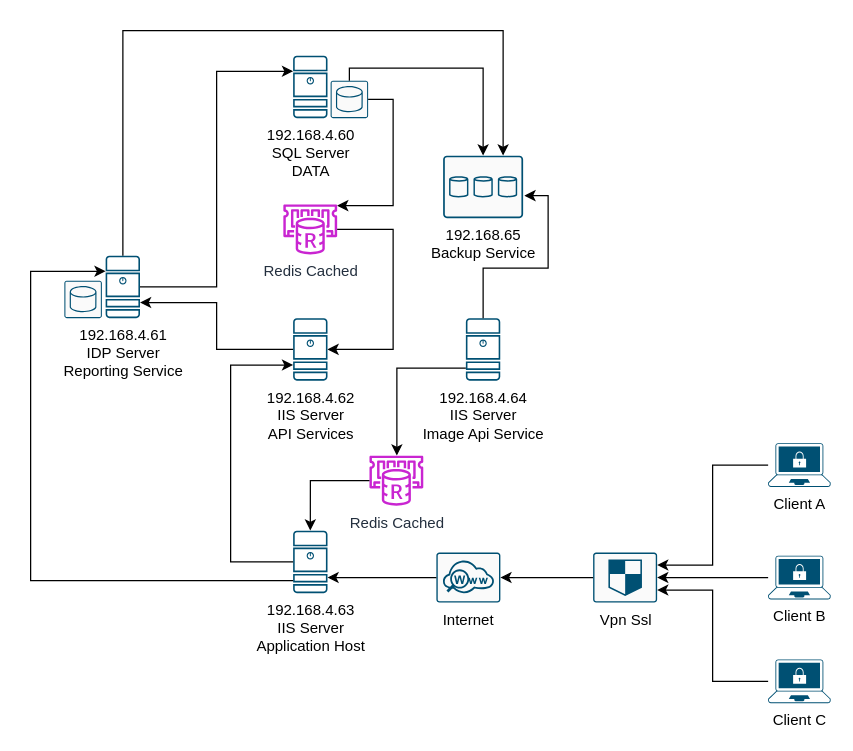
This is Untitled Diagram.drawio from osvcarign/charts, a draw.io file, before an edit. Source tidied: cells renumbered, new cells numbered last; positions are measured from the earlier drawing's top-left corner, leaving out a move shared by most shapes. Both pictures are drawn from the tidied source at 125%, with x=0, y=0 at pixel (30, 30).
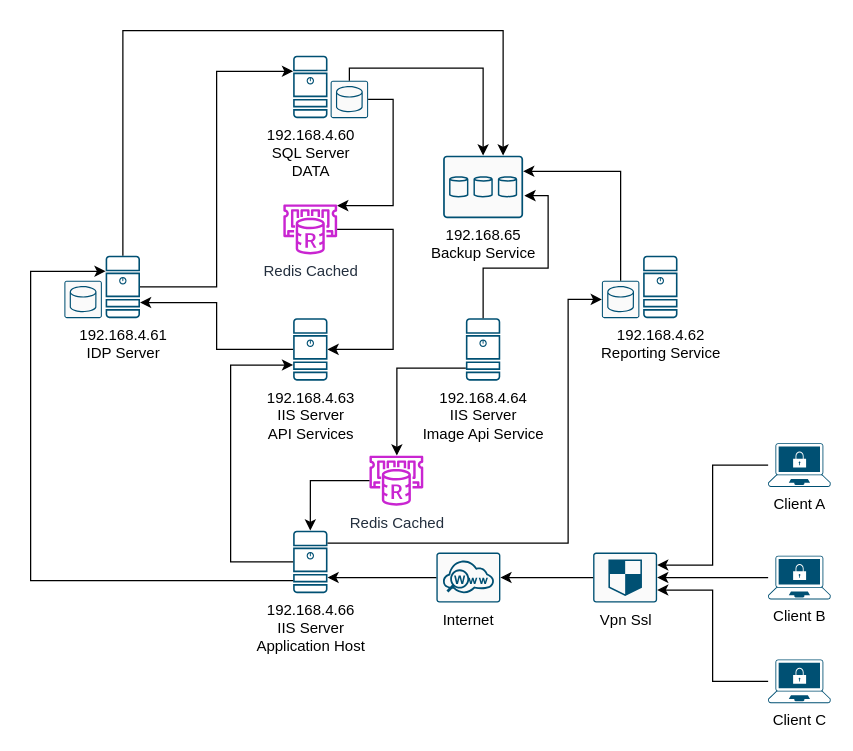
The same diagram, later.

Commit message:
IdP Server, Reporting Service

The change refers to these unchanged cells:
```xml
<mxCell id="6" style="group;" parent="1" vertex="1">
  <mxGeometry x="30" y="180" width="57.5" height="50" as="geometry" />
</mxCell>
<mxCell id="14" value="&lt;div&gt;192.168.65&lt;br&gt;&lt;/div&gt;&lt;div&gt;Backup Service&lt;/div&gt;" style="sketch=0;points=[[0.015,0.015,0],[0.985,0.015,0],[0.985,0.985,0],[0.015,0.985,0],[0.25,0,0],[0.5,0,0],[0.75,0,0],[1,0.25,0],[1,0.5,0],[1,0.75,0],[0.75,1,0],[0.5,1,0],[0.25,1,0],[0,0.75,0],[0,0.5,0],[0,0.25,0]];verticalLabelPosition=bottom;html=1;verticalAlign=top;align=center;shape=mxgraph.cisco19.rect;prIcon=storage;fillColor=#FAFAFA;strokeColor=#005073;" parent="1" vertex="1">
  <mxGeometry x="330" y="100" width="64" height="50" as="geometry" />
</mxCell>
```

The edit, as a diff of the source:
```diff
@@
-    <mxCell id="7" value="192.168.4.61&lt;br&gt;&lt;div&gt;IDP Server&lt;/div&gt;&lt;div&gt;Reporting Service&lt;br&gt;&lt;/div&gt;" style="sketch=0;points=[[0.015,0.015,0],[0.985,0.015,0],[0.985,0.985,0],[0.015,0.985,0],[0.25,0,0],[0.5,0,0],[0.75,0,0],[1,0.25,0],[1,0.5,0],[1,0.75,0],[0.75,1,0],[0.5,1,0],[0.25,1,0],[0,0.75,0],[0,0.5,0],[0,0.25,0]];verticalLabelPosition=bottom;html=1;verticalAlign=top;align=center;shape=mxgraph.cisco19.server;fillColor=#005073;strokeColor=none;" parent="6" vertex="1">
+    <mxCell id="7" value="192.168.4.61&lt;br&gt;&lt;div&gt;IDP Server&lt;/div&gt;" style="sketch=0;points=[[0.015,0.015,0],[0.985,0.015,0],[0.985,0.985,0],[0.015,0.985,0],[0.25,0,0],[0.5,0,0],[0.75,0,0],[1,0.25,0],[1,0.5,0],[1,0.75,0],[0.75,1,0],[0.5,1,0],[0.25,1,0],[0,0.75,0],[0,0.5,0],[0,0.25,0]];verticalLabelPosition=bottom;html=1;verticalAlign=top;align=center;shape=mxgraph.cisco19.server;fillColor=#005073;strokeColor=none;" parent="6" vertex="1">
       <mxGeometry x="30" width="27.5" height="50" as="geometry" />
     </mxCell>
@@
-    <mxCell id="9" value="192.168.4.62&lt;br&gt;&lt;div&gt;IIS Server&lt;br&gt;&lt;/div&gt;&lt;div&gt;API Services&lt;/div&gt;" style="sketch=0;points=[[0.015,0.015,0],[0.985,0.015,0],[0.985,0.985,0],[0.015,0.985,0],[0.25,0,0],[0.5,0,0],[0.75,0,0],[1,0.25,0],[1,0.5,0],[1,0.75,0],[0.75,1,0],[0.5,1,0],[0.25,1,0],[0,0.75,0],[0,0.5,0],[0,0.25,0]];verticalLabelPosition=bottom;html=1;verticalAlign=top;align=center;shape=mxgraph.cisco19.server;fillColor=#005073;strokeColor=none;" parent="1" vertex="1">
+    <mxCell id="9" value="192.168.4.63&lt;br&gt;&lt;div&gt;IIS Server&lt;br&gt;&lt;/div&gt;&lt;div&gt;API Services&lt;/div&gt;" style="sketch=0;points=[[0.015,0.015,0],[0.985,0.015,0],[0.985,0.985,0],[0.015,0.985,0],[0.25,0,0],[0.5,0,0],[0.75,0,0],[1,0.25,0],[1,0.5,0],[1,0.75,0],[0.75,1,0],[0.5,1,0],[0.25,1,0],[0,0.75,0],[0,0.5,0],[0,0.25,0]];verticalLabelPosition=bottom;html=1;verticalAlign=top;align=center;shape=mxgraph.cisco19.server;fillColor=#005073;strokeColor=none;" parent="1" vertex="1">
       <mxGeometry x="210" y="230" width="27.5" height="50" as="geometry" />
     </mxCell>
@@
-    <mxCell id="11" value="192.168.4.63&lt;br&gt;&lt;div&gt;IIS Server&lt;br&gt;&lt;/div&gt;&lt;div&gt;Application Host&lt;/div&gt;" style="sketch=0;points=[[0.015,0.015,0],[0.985,0.015,0],[0.985,0.985,0],[0.015,0.985,0],[0.25,0,0],[0.5,0,0],[0.75,0,0],[1,0.25,0],[1,0.5,0],[1,0.75,0],[0.75,1,0],[0.5,1,0],[0.25,1,0],[0,0.75,0],[0,0.5,0],[0,0.25,0]];verticalLabelPosition=bottom;html=1;verticalAlign=top;align=center;shape=mxgraph.cisco19.server;fillColor=#005073;strokeColor=none;" parent="1" vertex="1">
+    <mxCell id="11" value="192.168.4.66&lt;br&gt;&lt;div&gt;IIS Server&lt;br&gt;&lt;/div&gt;&lt;div&gt;Application Host&lt;/div&gt;" style="sketch=0;points=[[0.015,0.015,0],[0.985,0.015,0],[0.985,0.985,0],[0.015,0.985,0],[0.25,0,0],[0.5,0,0],[0.75,0,0],[1,0.25,0],[1,0.5,0],[1,0.75,0],[0.75,1,0],[0.5,1,0],[0.25,1,0],[0,0.75,0],[0,0.5,0],[0,0.25,0]];verticalLabelPosition=bottom;html=1;verticalAlign=top;align=center;shape=mxgraph.cisco19.server;fillColor=#005073;strokeColor=none;" parent="1" vertex="1">
       <mxGeometry x="210" y="400" width="27.5" height="50" as="geometry" />
     </mxCell>
@@
+    <mxCell id="35" style="group;" parent="1" vertex="1">
+      <mxGeometry x="460" y="180" width="57.5" height="50" as="geometry" />
+    </mxCell>
+    <mxCell id="36" value="192.168.4.62&lt;div&gt;Reporting Service&lt;br&gt;&lt;/div&gt;" style="sketch=0;verticalLabelPosition=bottom;html=1;verticalAlign=top;align=center;shape=mxgraph.cisco19.server;fillColor=#005073;strokeColor=none;" parent="35" vertex="1">
+      <mxGeometry x="30" width="27.5" height="50" as="geometry" />
+    </mxCell>
+    <mxCell id="37" style="sketch=0;points=[[0.015,0.015,0],[0.985,0.015,0],[0.985,0.985,0],[0.015,0.985,0],[0.25,0,0],[0.5,0,0],[0.75,0,0],[1,0.25,0],[1,0.5,0],[1,0.75,0],[0.75,1,0],[0.5,1,0],[0.25,1,0],[0,0.75,0],[0,0.5,0],[0,0.25,0]];verticalLabelPosition=bottom;html=1;verticalAlign=top;align=center;shape=mxgraph.cisco19.rect;prIcon=database_relational;fillColor=#FAFAFA;strokeColor=#005073;" parent="35" vertex="1">
+      <mxGeometry x="-3" y="20" width="30" height="30" as="geometry" />
+    </mxCell>
+    <mxCell id="38" style="edgeStyle=orthogonalEdgeStyle;rounded=0;jettySize=auto;html=1;entryX=0;entryY=0.5;entryDx=0;entryDy=0;entryPerimeter=0;" parent="1" edge="1" source="11" target="37">
+      <mxGeometry relative="1" as="geometry">
+        <Array as="points">
+          <mxPoint x="430" y="410" />
+          <mxPoint x="430" y="215" />
+        </Array>
+      </mxGeometry>
+    </mxCell>
+    <mxCell id="39" style="edgeStyle=orthogonalEdgeStyle;rounded=0;jettySize=auto;html=1;entryX=1;entryY=0.25;entryDx=0;entryDy=0;entryPerimeter=0;" parent="1" edge="1" source="37" target="14">
+      <mxGeometry relative="1" as="geometry">
+        <Array as="points">
+          <mxPoint x="472" y="113" />
+        </Array>
+      </mxGeometry>
+    </mxCell>
```
